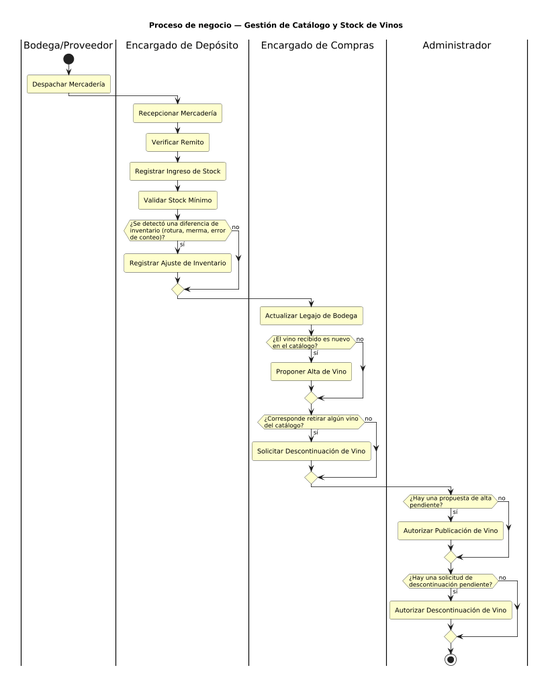
This is DIAGRAMAS/DiagramaActividad_CatalogoStock.png from Jesifu/club-de-vinos-td, a PlantUML export, as it was before one commit. Its source is kept beside it as DIAGRAMAS/DiagramaActividad_CatalogoStock.puml. Its diagram source:
```plantuml
@startuml DiagramaActividad_CatalogoStock

title Proceso de negocio — Gestión de Catálogo y Stock de Vinos

skinparam shadowing false
skinparam roundcorner 6
skinparam activity {
  BackgroundColor #FEFECE
  BorderColor #33342E
}
skinparam partition {
  BorderColor #666666
  FontStyle bold
}
scale 0.8

|Bodega/Proveedor|
start
:Despachar Mercadería;

|Encargado de Depósito|
:Recepcionar Mercadería;
:Verificar Remito;
:Registrar Ingreso de Stock;
:Validar Stock Mínimo;

if (¿Se detectó una diferencia de\ninventario (rotura, merma, error\nde conteo)?) then (sí)
  :Registrar Ajuste de Inventario;
else (no)
endif

|Encargado de Compras|
:Actualizar Legajo de Bodega;

if (¿El vino recibido es nuevo\nen el catálogo?) then (sí)
  :Proponer Alta de Vino;
else (no)
endif

if (¿Corresponde retirar algún vino\ndel catálogo?) then (sí)
  :Solicitar Descontinuación de Vino;
else (no)
endif

|Administrador|
if (¿Hay una propuesta de alta\npendiente?) then (sí)
  :Autorizar Publicación de Vino;
else (no)
endif

if (¿Hay una solicitud de\ndescontinuación pendiente?) then (sí)
  :Autorizar Descontinuación de Vino;
else (no)
endif

stop

@enduml
```
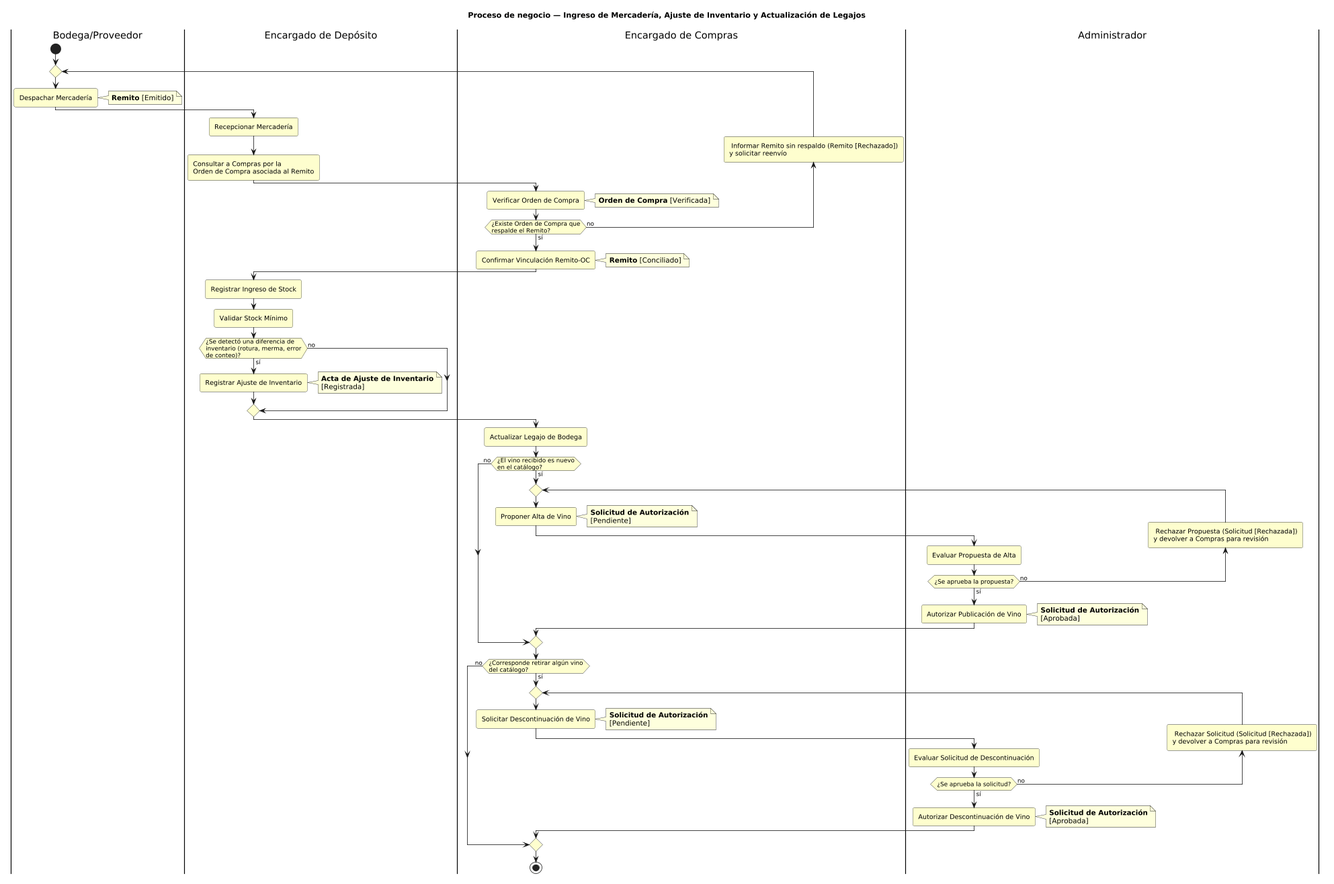
After the commit.

The edit, as a diff of the source:
```diff
@@ -1,6 +1,6 @@
 @startuml DiagramaActividad_CatalogoStock
 
-title Proceso de negocio — Gestión de Catálogo y Stock de Vinos
+title Proceso de negocio — Ingreso de Mercadería, Ajuste de Inventario y Actualización de Legajos
 
 skinparam shadowing false
 skinparam roundcorner 6
@@ -16,16 +16,30 @@
 
 |Bodega/Proveedor|
 start
-:Despachar Mercadería;
+repeat
+  :Despachar Mercadería;
+  note right: **Remito** [Emitido]
+
+  |Encargado de Depósito|
+  :Recepcionar Mercadería;
+  :Consultar a Compras por la\nOrden de Compra asociada al Remito;
+
+  |Encargado de Compras|
+  :Verificar Orden de Compra;
+  note right: **Orden de Compra** [Verificada]
+backward: Informar Remito sin respaldo (Remito [Rechazado])\ny solicitar reenvío;
+repeat while (¿Existe Orden de Compra que\nrespalde el Remito?) is (no) not (sí)
+
+:Confirmar Vinculación Remito–OC;
+note right: **Remito** [Conciliado]
 
 |Encargado de Depósito|
-:Recepcionar Mercadería;
-:Verificar Remito;
 :Registrar Ingreso de Stock;
 :Validar Stock Mínimo;
 
 if (¿Se detectó una diferencia de\ninventario (rotura, merma, error\nde conteo)?) then (sí)
   :Registrar Ajuste de Inventario;
+  note right: **Acta de Ajuste de Inventario**\n[Registrada]
 else (no)
 endif
 
@@ -33,23 +47,36 @@
 :Actualizar Legajo de Bodega;
 
 if (¿El vino recibido es nuevo\nen el catálogo?) then (sí)
-  :Proponer Alta de Vino;
+  repeat
+    :Proponer Alta de Vino;
+    note right: **Solicitud de Autorización**\n[Pendiente]
+
+    |Administrador|
+    :Evaluar Propuesta de Alta;
+  backward: Rechazar Propuesta (Solicitud [Rechazada])\ny devolver a Compras para revisión;
+  repeat while (¿Se aprueba la propuesta?) is (no) not (sí)
+
+  :Autorizar Publicación de Vino;
+  note right: **Solicitud de Autorización**\n[Aprobada]
+
+  |Encargado de Compras|
 else (no)
 endif
 
 if (¿Corresponde retirar algún vino\ndel catálogo?) then (sí)
-  :Solicitar Descontinuación de Vino;
-else (no)
-endif
+  repeat
+    :Solicitar Descontinuación de Vino;
+    note right: **Solicitud de Autorización**\n[Pendiente]
 
-|Administrador|
-if (¿Hay una propuesta de alta\npendiente?) then (sí)
-  :Autorizar Publicación de Vino;
-else (no)
-endif
+    |Administrador|
+    :Evaluar Solicitud de Descontinuación;
+  backward: Rechazar Solicitud (Solicitud [Rechazada])\ny devolver a Compras para revisión;
+  repeat while (¿Se aprueba la solicitud?) is (no) not (sí)
 
-if (¿Hay una solicitud de\ndescontinuación pendiente?) then (sí)
   :Autorizar Descontinuación de Vino;
+  note right: **Solicitud de Autorización**\n[Aprobada]
+
+  |Encargado de Compras|
 else (no)
 endif
 
```
